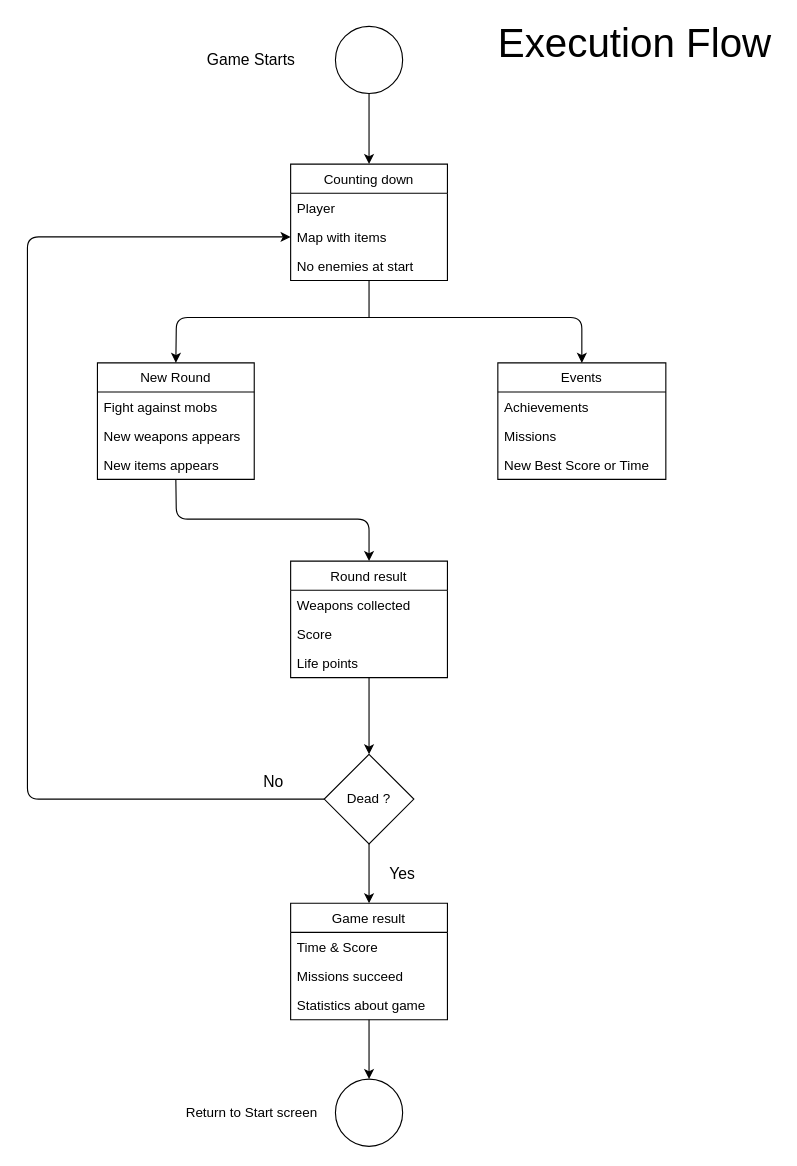
The draw.io diagram ExecutionFlow.drawio in RomainGsd/Binus-GameDesign, before the edit. Source tidied: cells renumbered, new cells numbered last; positions are measured from the earlier drawing's top-left corner, leaving out a move shared by most shapes. Both pictures are drawn from the tidied source at 112%, with x=0, y=0 at pixel (27, 26).
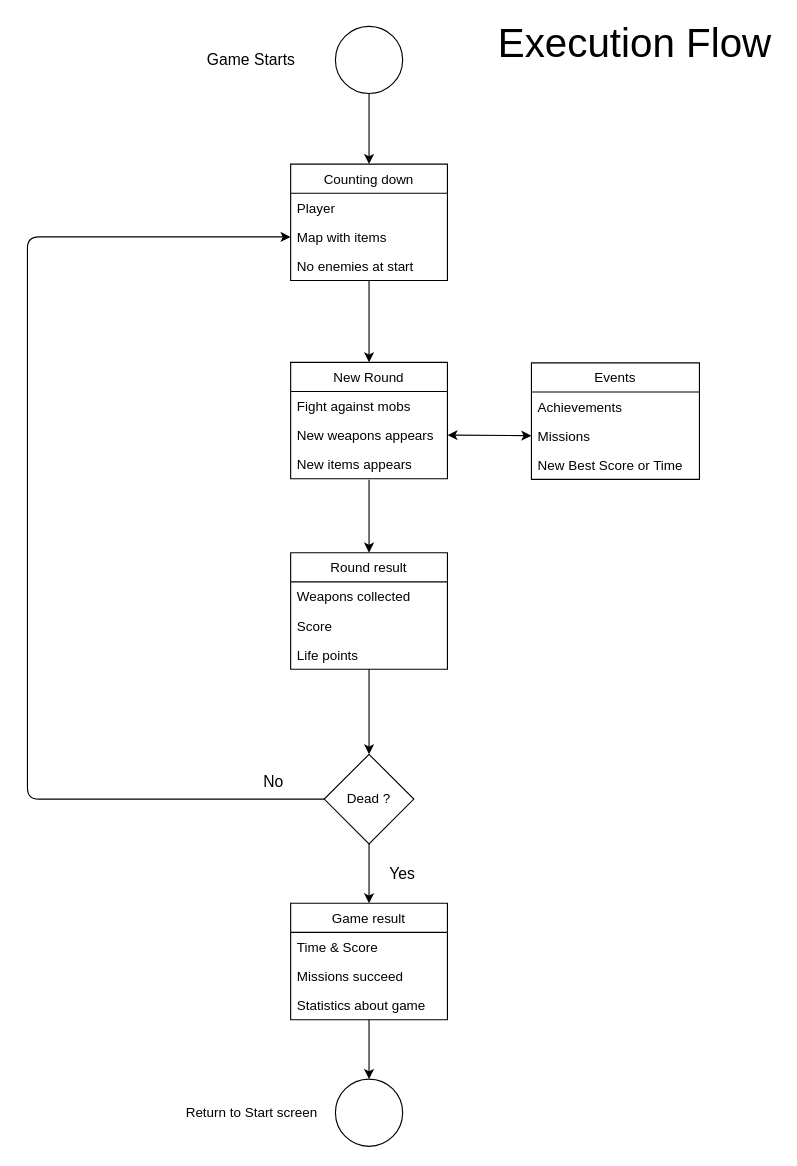
The same diagram, later.

Unchanged cells that the change refers to:
```xml
<mxCell id="4" value="Counting down" style="swimlane;fontStyle=0;horizontal=1;startSize=26;fillColor=none;" parent="1" vertex="1">
  <mxGeometry x="235" y="123" width="140" height="104" as="geometry" />
</mxCell>
<mxCell id="11" value="New weapons appears" style="text;strokeColor=none;fillColor=none;align=left;verticalAlign=top;spacingLeft=4;spacingRight=4;overflow=hidden;points=[[0,0.5],[1,0.5]];portConstraint=eastwest;" parent="9" vertex="1">
  <mxGeometry y="52" width="140" height="26" as="geometry" />
</mxCell>
<mxCell id="12" value="New items appears" style="text;strokeColor=none;fillColor=none;align=left;verticalAlign=top;spacingLeft=4;spacingRight=4;overflow=hidden;points=[[0,0.5],[1,0.5]];portConstraint=eastwest;" parent="9" vertex="1">
  <mxGeometry y="78" width="140" height="26" as="geometry" />
</mxCell>
<mxCell id="33" value="Missions" style="text;strokeColor=none;fillColor=none;align=left;verticalAlign=top;spacingLeft=4;spacingRight=4;overflow=hidden;points=[[0,0.5],[1,0.5]];portConstraint=eastwest;" parent="31" vertex="1">
  <mxGeometry y="52" width="150" height="26" as="geometry" />
</mxCell>
```

What changed in the source:
```diff
@@
     <mxCell id="9" value="New Round" style="swimlane;fontStyle=0;horizontal=1;startSize=26;fillColor=none;" parent="1" vertex="1">
-      <mxGeometry x="62.5" y="300.5" width="140" height="104" as="geometry" />
+      <mxGeometry x="235" y="300" width="140" height="104" as="geometry" />
     </mxCell>
@@
-    <mxCell id="13" style="endArrow=classic;html=1;entryX=0.5;entryY=0;entryDx=0;entryDy=0;" parent="1" edge="1" target="9">
-      <mxGeometry relative="1" as="geometry">
-        <mxPoint x="305" y="260" as="sourcePoint" />
-        <Array as="points">
-          <mxPoint x="133" y="260" />
-        </Array>
-      </mxGeometry>
-    </mxCell>
@@
     <mxCell id="17" value="Round result" style="swimlane;fontStyle=0;horizontal=1;startSize=26;fillColor=none;" parent="1" vertex="1">
-      <mxGeometry x="235" y="477.5" width="140" height="104" as="geometry" />
+      <mxGeometry x="235" y="470" width="140" height="104" as="geometry" />
     </mxCell>
@@
-    <mxCell id="21" style="endArrow=classic;html=1;exitX=0.5;exitY=1;exitDx=0;exitDy=0;entryX=0.5;entryY=0;entryDx=0;entryDy=0;" parent="1" edge="1" source="9" target="17">
-      <mxGeometry relative="1" as="geometry">
-        <Array as="points">
-          <mxPoint x="133" y="440" />
-          <mxPoint x="305" y="440" />
-        </Array>
-      </mxGeometry>
-    </mxCell>
@@
     <mxCell id="31" value="Events" style="swimlane;fontStyle=0;horizontal=1;startSize=26;fillColor=none;" parent="1" vertex="1">
-      <mxGeometry x="420" y="300.5" width="150" height="104" as="geometry" />
+      <mxGeometry x="450" y="300.5" width="150" height="104" as="geometry" />
     </mxCell>
@@
-    <mxCell id="35" style="endArrow=classic;html=1;entryX=0.5;entryY=0;entryDx=0;entryDy=0;" parent="1" edge="1" target="31">
-      <mxGeometry relative="1" as="geometry">
-        <mxPoint x="300" y="260" as="sourcePoint" />
-        <Array as="points">
-          <mxPoint x="495" y="260" />
-        </Array>
-      </mxGeometry>
-    </mxCell>
@@
-    <mxCell id="38" style="endArrow=none;html=1;exitX=0.5;exitY=1;exitDx=0;exitDy=0;" parent="1" edge="1" source="4">
-      <mxGeometry relative="1" as="geometry">
-        <mxPoint x="305" y="260" as="targetPoint" />
-      </mxGeometry>
-    </mxCell>
+    <mxCell id="39" style="endArrow=classic;startArrow=classic;html=1;exitX=1;exitY=0.5;exitDx=0;exitDy=0;entryX=0;entryY=0.5;entryDx=0;entryDy=0;" parent="1" edge="1" source="11" target="33">
+      <mxGeometry relative="1" as="geometry" />
+    </mxCell>
+    <mxCell id="40" style="endArrow=classic;html=1;exitX=0.5;exitY=1;exitDx=0;exitDy=0;entryX=0.5;entryY=0;entryDx=0;entryDy=0;" parent="1" edge="1" source="4" target="9">
+      <mxGeometry relative="1" as="geometry" />
+    </mxCell>
+    <mxCell id="41" style="endArrow=classic;html=1;entryX=0.5;entryY=0;entryDx=0;entryDy=0;exitX=0.5;exitY=1.032;exitDx=0;exitDy=0;exitPerimeter=0;" parent="1" edge="1" source="12" target="17">
+      <mxGeometry relative="1" as="geometry" />
+    </mxCell>
```
